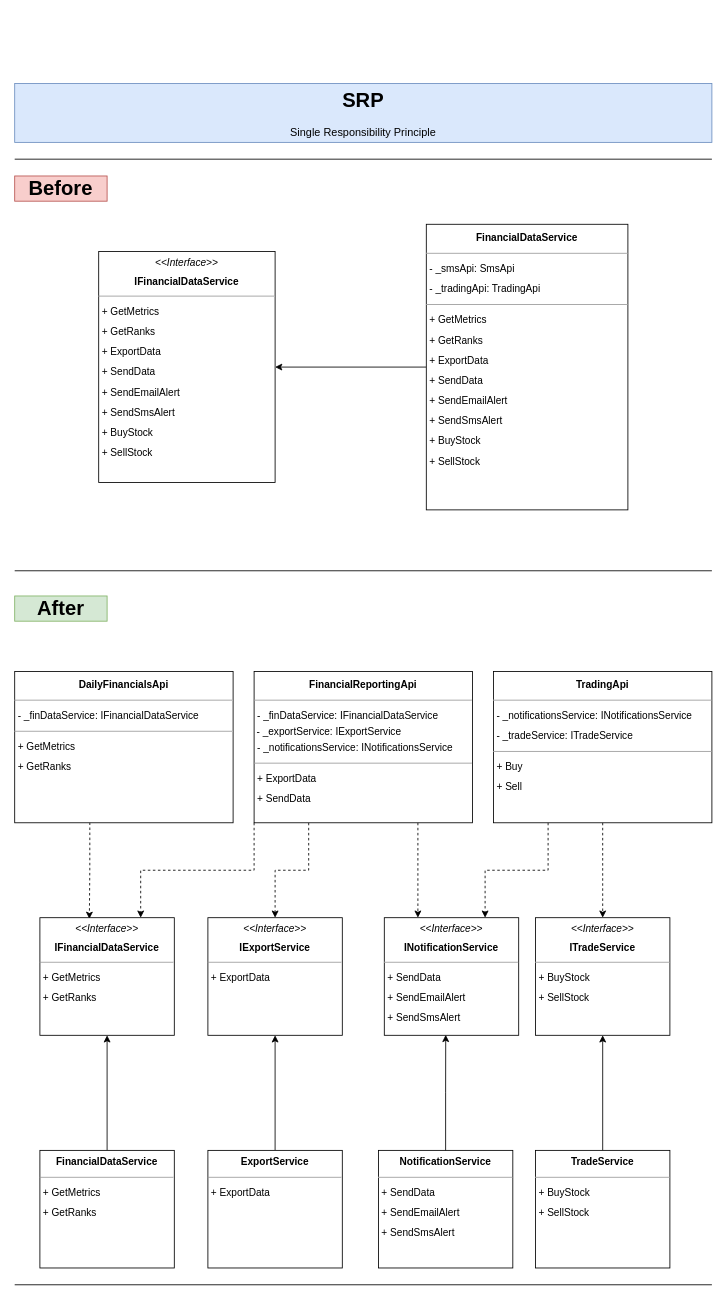
Before: Diagrams/SRP.drawio in svilenp/Principles, a draw.io diagram. Source tidied: cells renumbered, new cells numbered last; positions are measured from the earlier drawing's top-left corner, leaving out a move shared by most shapes. Both pictures are drawn from the tidied source at 84%, with x=0, y=0 at pixel (14, 83).
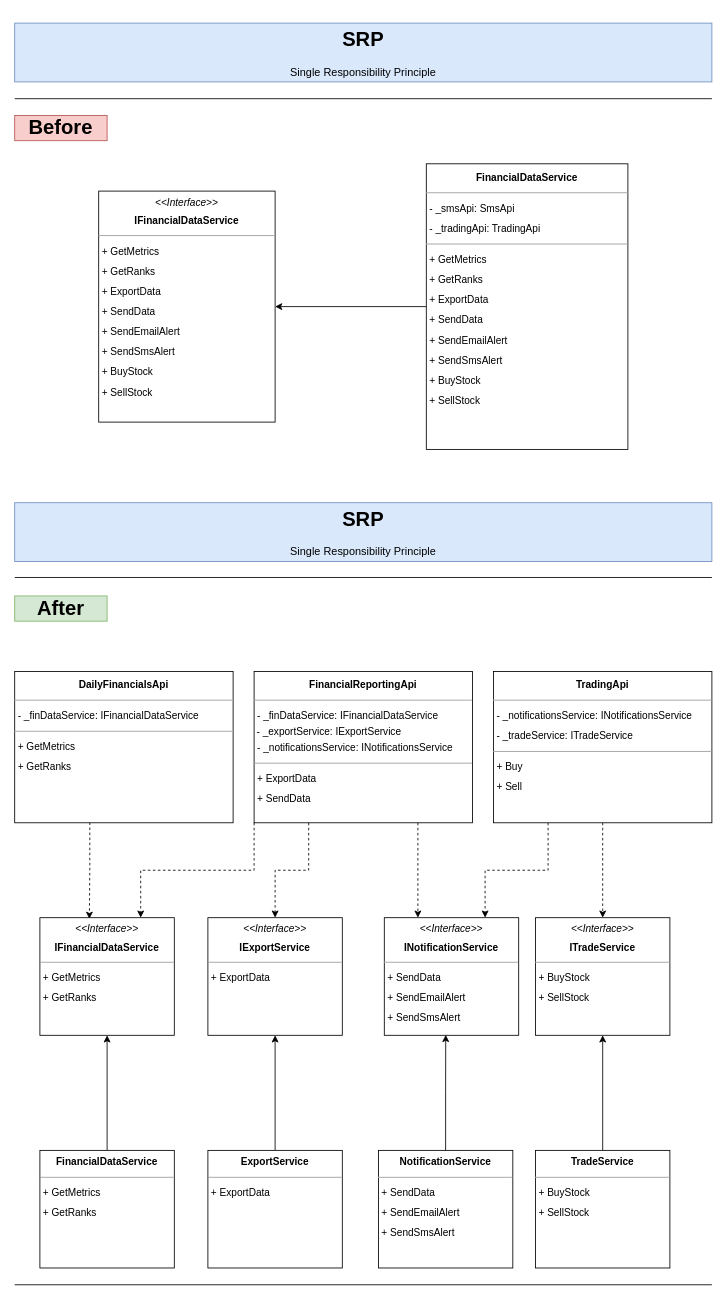
The same diagram, later.

The edit, as a diff of the source:
```diff
@@
     <mxCell id="2" value="&lt;h1 style=&quot;&quot;&gt;SRP&lt;/h1&gt;&lt;p style=&quot;font-size: 13px;&quot;&gt;Single Responsibility Principle&lt;/p&gt;" style="text;html=1;strokeColor=#6c8ebf;fillColor=#dae8fc;spacing=5;spacingTop=-20;whiteSpace=wrap;overflow=hidden;rounded=0;align=center;" parent="1" vertex="1">
-      <mxGeometry width="830" height="70" as="geometry" />
+      <mxGeometry y="-72" width="830" height="70" as="geometry" />
     </mxCell>
     <mxCell id="3" value="&lt;h1&gt;Before&lt;/h1&gt;" style="text;html=1;strokeColor=#b85450;fillColor=#f8cecc;align=center;verticalAlign=middle;whiteSpace=wrap;rounded=0;" parent="1" vertex="1">
-      <mxGeometry y="110" width="110" height="30" as="geometry" />
+      <mxGeometry y="38" width="110" height="30" as="geometry" />
     </mxCell>
@@
     <mxCell id="6" value="&lt;p style=&quot;text-align: center; margin: 4px 0px 0px; line-height: 200%;&quot;&gt;&lt;b&gt;FinancialDataService           &lt;/b&gt;&lt;br&gt;&lt;/p&gt;&lt;hr style=&quot;line-height: 200%;&quot; size=&quot;1&quot;&gt;&lt;p style=&quot;margin: 0px 0px 0px 4px; line-height: 200%;&quot;&gt;&lt;span style=&quot;background-color: initial;&quot;&gt;- _smsApi: SmsApi&amp;nbsp;&lt;/span&gt;&lt;br&gt;&lt;/p&gt;&lt;p style=&quot;margin: 0px 0px 0px 4px; line-height: 200%;&quot;&gt;- _tradingApi: TradingApi&lt;/p&gt;&lt;hr style=&quot;line-height: 200%;&quot; size=&quot;1&quot;&gt;&lt;p style=&quot;margin: 0px 0px 0px 4px; line-height: 200%;&quot;&gt;+ GetMetrics&amp;nbsp;&lt;/p&gt;&lt;p style=&quot;margin: 0px 0px 0px 4px; line-height: 200%;&quot;&gt;+ GetRanks&amp;nbsp;&lt;/p&gt;&lt;p style=&quot;margin: 0px 0px 0px 4px; line-height: 200%;&quot;&gt;+ ExportData&lt;/p&gt;&lt;p style=&quot;margin: 0px 0px 0px 4px; line-height: 200%;&quot;&gt;+ SendData&lt;/p&gt;&lt;p style=&quot;margin: 0px 0px 0px 4px; line-height: 200%;&quot;&gt;&lt;span style=&quot;background-color: initial;&quot;&gt;+ SendEmailAlert&lt;/span&gt;&lt;/p&gt;&lt;p style=&quot;margin: 0px 0px 0px 4px; line-height: 200%;&quot;&gt;&lt;span style=&quot;background-color: initial;&quot;&gt;+ SendSmsAlert&lt;/span&gt;&lt;/p&gt;&lt;p style=&quot;margin: 0px 0px 0px 4px; line-height: 200%;&quot;&gt;&lt;span style=&quot;background-color: initial;&quot;&gt;+ BuyStock&lt;/span&gt;&lt;/p&gt;&lt;p style=&quot;margin: 0px 0px 0px 4px; line-height: 200%;&quot;&gt;&lt;span style=&quot;background-color: initial;&quot;&gt;+ SellStock&lt;/span&gt;&lt;/p&gt;" style="verticalAlign=top;align=left;overflow=fill;fontSize=12;fontFamily=Helvetica;html=1;whiteSpace=wrap;" parent="1" vertex="1">
-      <mxGeometry x="490" y="167.5" width="240" height="340" as="geometry" />
+      <mxGeometry x="490" y="95.5" width="240" height="340" as="geometry" />
     </mxCell>
     <mxCell id="7" value="&lt;p style=&quot;margin: 4px 0px 0px; text-align: center; line-height: 180%;&quot;&gt;&lt;i&gt;&amp;lt;&amp;lt;Interface&amp;gt;&amp;gt;&lt;/i&gt;&lt;br&gt;&lt;b&gt;IFinancialDataService           &lt;/b&gt;&lt;br&gt;&lt;/p&gt;&lt;hr style=&quot;line-height: 180%;&quot; size=&quot;1&quot;&gt;&lt;p style=&quot;margin: 0px 0px 0px 4px; line-height: 180%;&quot;&gt;&lt;/p&gt;&lt;p style=&quot;border-color: var(--border-color); margin: 0px 0px 0px 4px; line-height: 24px;&quot;&gt;+ GetMetrics&amp;nbsp;&lt;/p&gt;&lt;p style=&quot;border-color: var(--border-color); margin: 0px 0px 0px 4px; line-height: 24px;&quot;&gt;+ GetRanks&amp;nbsp;&lt;/p&gt;&lt;p style=&quot;border-color: var(--border-color); margin: 0px 0px 0px 4px; line-height: 24px;&quot;&gt;+ ExportData&lt;/p&gt;&lt;p style=&quot;border-color: var(--border-color); margin: 0px 0px 0px 4px; line-height: 24px;&quot;&gt;+ SendData&lt;/p&gt;&lt;p style=&quot;border-color: var(--border-color); margin: 0px 0px 0px 4px; line-height: 24px;&quot;&gt;+ SendEmailAlert&lt;/p&gt;&lt;p style=&quot;border-color: var(--border-color); margin: 0px 0px 0px 4px; line-height: 24px;&quot;&gt;&lt;span style=&quot;border-color: var(--border-color); background-color: initial;&quot;&gt;+ SendSmsAlert&lt;/span&gt;&lt;/p&gt;&lt;p style=&quot;border-color: var(--border-color); margin: 0px 0px 0px 4px; line-height: 24px;&quot;&gt;&lt;span style=&quot;border-color: var(--border-color); background-color: initial;&quot;&gt;+ BuyStock&lt;/span&gt;&lt;/p&gt;&lt;p style=&quot;border-color: var(--border-color); margin: 0px 0px 0px 4px; line-height: 24px;&quot;&gt;&lt;span style=&quot;border-color: var(--border-color); background-color: initial;&quot;&gt;+ SellStock&lt;/span&gt;&lt;/p&gt;" style="verticalAlign=top;align=left;overflow=fill;fontSize=12;fontFamily=Helvetica;html=1;whiteSpace=wrap;" parent="1" vertex="1">
-      <mxGeometry x="100" y="200" width="210" height="275" as="geometry" />
+      <mxGeometry x="100" y="128" width="210" height="275" as="geometry" />
     </mxCell>
     <mxCell id="8" style="endArrow=none;html=1;rounded=0;" parent="1" edge="1">
       <mxGeometry relative="1" as="geometry">
-        <mxPoint y="580" as="sourcePoint" />
-        <mxPoint x="830" y="580" as="targetPoint" />
+        <mxPoint y="588" as="sourcePoint" />
+        <mxPoint x="830" y="588" as="targetPoint" />
       </mxGeometry>
     </mxCell>
@@
     <mxCell id="31" style="endArrow=none;html=1;rounded=0;" parent="1" edge="1">
       <mxGeometry relative="1" as="geometry">
-        <mxPoint y="90" as="sourcePoint" />
-        <mxPoint x="830" y="90" as="targetPoint" />
+        <mxPoint y="18" as="sourcePoint" />
+        <mxPoint x="830" y="18" as="targetPoint" />
       </mxGeometry>
     </mxCell>
+    <mxCell id="32" value="&lt;h1 style=&quot;&quot;&gt;SRP&lt;/h1&gt;&lt;p style=&quot;font-size: 13px;&quot;&gt;Single Responsibility Principle&lt;/p&gt;" style="text;html=1;strokeColor=#6c8ebf;fillColor=#dae8fc;spacing=5;spacingTop=-20;whiteSpace=wrap;overflow=hidden;rounded=0;align=center;" parent="1" vertex="1">
+      <mxGeometry y="499" width="830" height="70" as="geometry" />
+    </mxCell>
```
